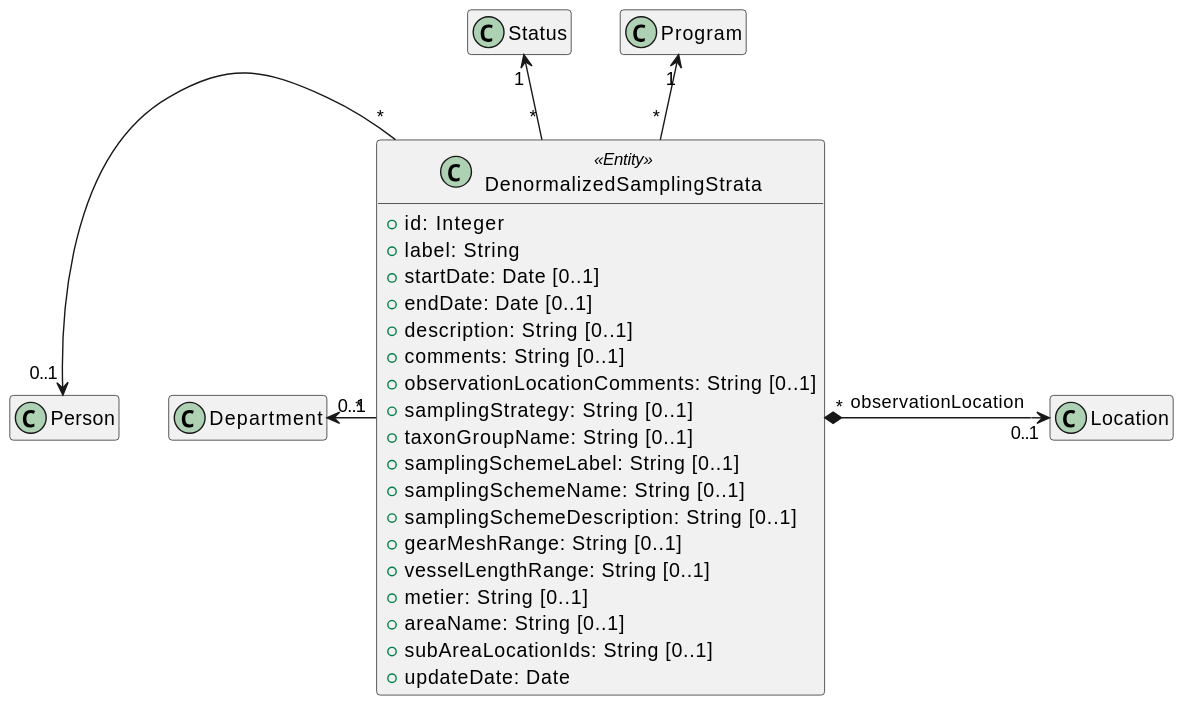
Before: model/administration/samplingScheme/denormalized-sampling-strata.svg, a diagram exported from PlantUML (sumaris-net/sumaris-doc). Its source is kept beside it as model/administration/samplingScheme/denormalized-sampling-strata.puml.
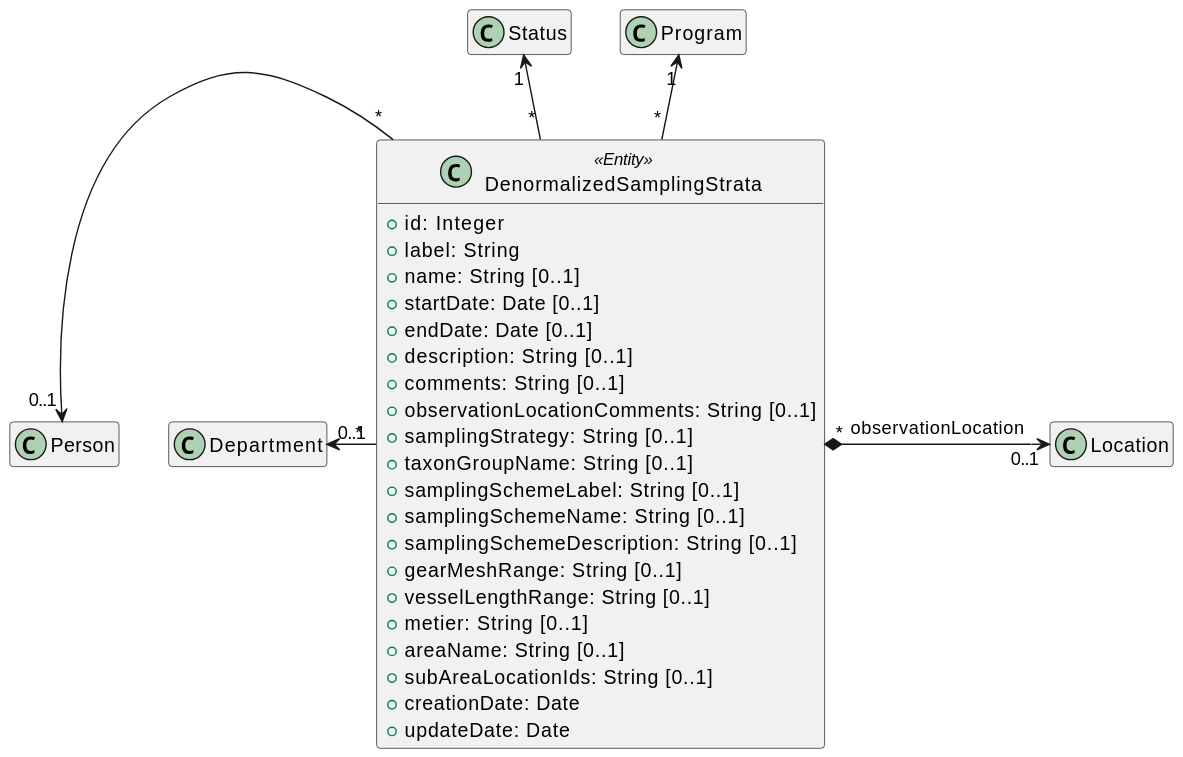
Later version of the same file.

Change to the diagram source:
```diff
@@ -4,6 +4,7 @@
 class DenormalizedSamplingStrata <<Entity>>{
   +id: Integer
   +label: String
+  +name: String [0..1]
   +startDate: Date [0..1]
   +endDate: Date [0..1]
   +description: String [0..1]
@@ -19,6 +20,7 @@
   +metier: String [0..1]
   +areaName: String [0..1]
   +subAreaLocationIds: String [0..1]
+  +creationDate: Date
   +updateDate: Date
 }
 
```
